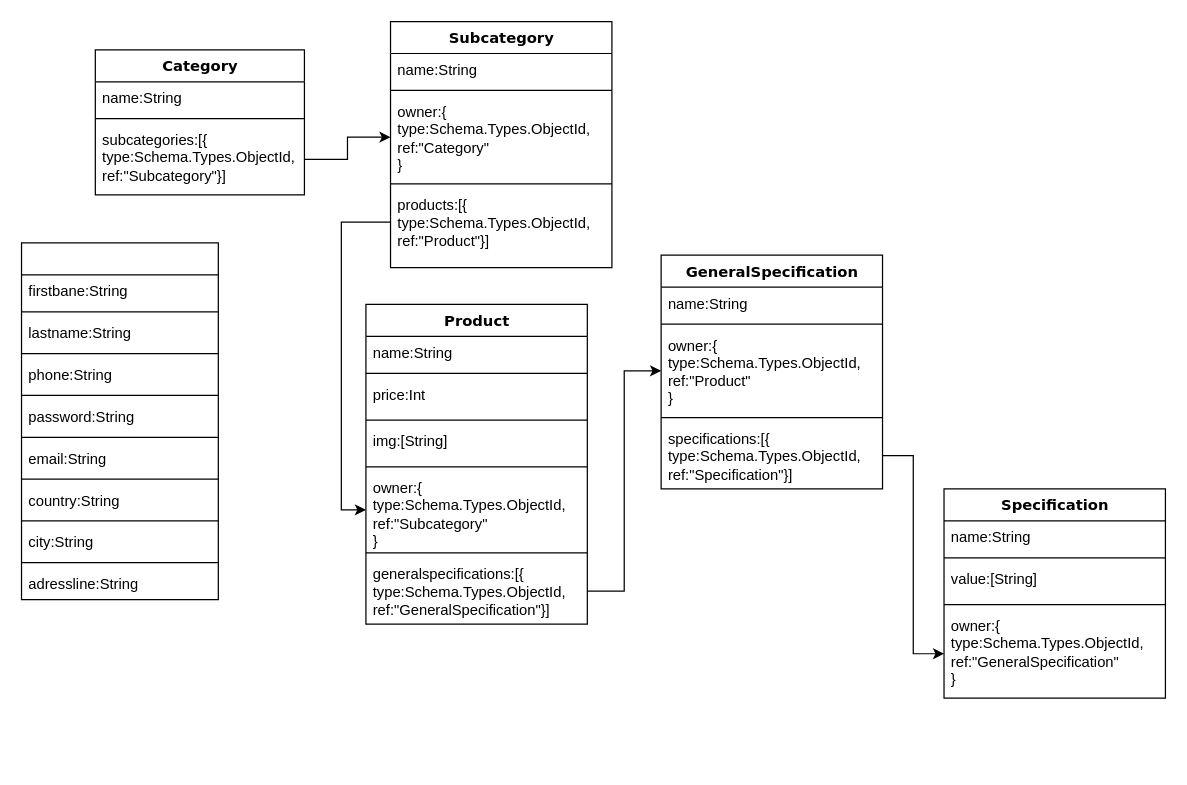
The draw.io diagram Диаграмма без названия.drawio in Gulianna230488/TeamChallengeBack, before the edit. Source tidied: cells renumbered, new cells numbered last; positions are measured from the earlier drawing's top-left corner, leaving out a move shared by most shapes. Both pictures are drawn from the tidied source at 123%, with x=0, y=0 at pixel (21, 21).
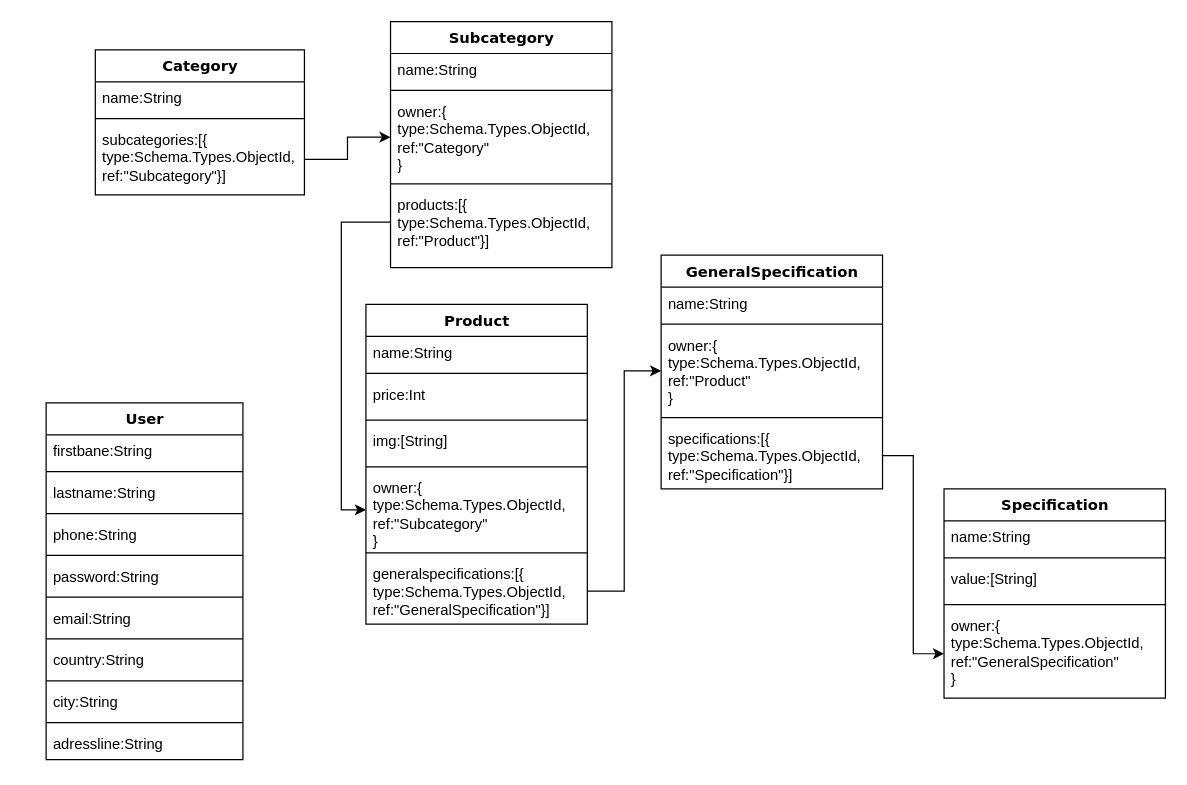
After the change.

Diff of the diagram source:
```diff
@@
-    <mxCell id="12" style="swimlane;html=1;fontStyle=1;align=center;verticalAlign=top;horizontal=1;startSize=26;swimlaneFillColor=#ffffff;rounded=0;shadow=0;comic=0;labelBackgroundColor=none;strokeWidth=1;fillColor=none;fontFamily=Verdana;fontSize=12;" parent="1" vertex="1">
-      <mxGeometry y="180" width="160" height="290" as="geometry" />
+    <mxCell id="12" value="User" style="swimlane;html=1;fontStyle=1;align=center;verticalAlign=top;horizontal=1;startSize=26;swimlaneFillColor=#ffffff;rounded=0;shadow=0;comic=0;labelBackgroundColor=none;strokeWidth=1;fillColor=none;fontFamily=Verdana;fontSize=12;" parent="1" vertex="1">
+      <mxGeometry x="20" y="310" width="160" height="290" as="geometry" />
     </mxCell>
```
